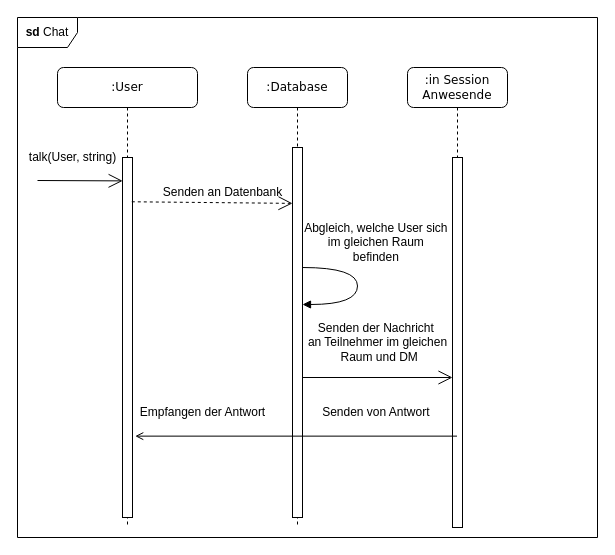
Before: page "Chat" (1 of 2) of doc/UML_Diagramme/Sequenzdiagramm Chat.drawio in QtSwabianGirl/d6, a draw.io diagram. Source tidied: cells renumbered, new cells numbered last; positions are measured from the earlier drawing's top-left corner, leaving out a move shared by most shapes. Both pictures are drawn from the tidied source at 100%, with x=0, y=0 at pixel (17, 17).
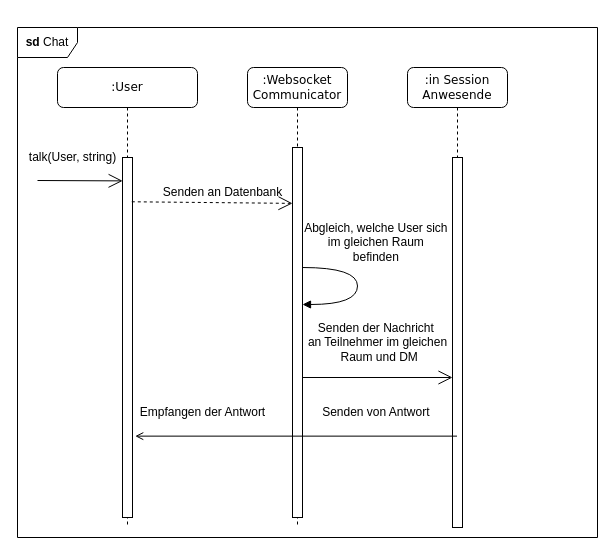
The same diagram, later.

Diff of the diagram source:
```diff
@@
-    <mxCell id="2" value=":Database" style="shape=umlLifeline;perimeter=lifelinePerimeter;whiteSpace=wrap;html=1;rounded=1;shadow=0;comic=0;labelBackgroundColor=none;strokeWidth=1;fontFamily=Verdana;fontSize=12;align=center;" parent="1" vertex="1">
+    <mxCell id="2" value=":Websocket Communicator" style="shape=umlLifeline;perimeter=lifelinePerimeter;whiteSpace=wrap;html=1;rounded=1;shadow=0;comic=0;labelBackgroundColor=none;strokeWidth=1;fontFamily=Verdana;fontSize=12;align=center;" parent="1" vertex="1">
       <mxGeometry x="230" y="50" width="100" height="460" as="geometry" />
     </mxCell>
@@
     <mxCell id="17" value="&lt;b&gt;sd&lt;/b&gt; Chat" style="shape=umlFrame;whiteSpace=wrap;html=1;" parent="1" vertex="1">
-      <mxGeometry width="580" height="520" as="geometry" />
+      <mxGeometry y="10" width="580" height="510" as="geometry" />
     </mxCell>
```
